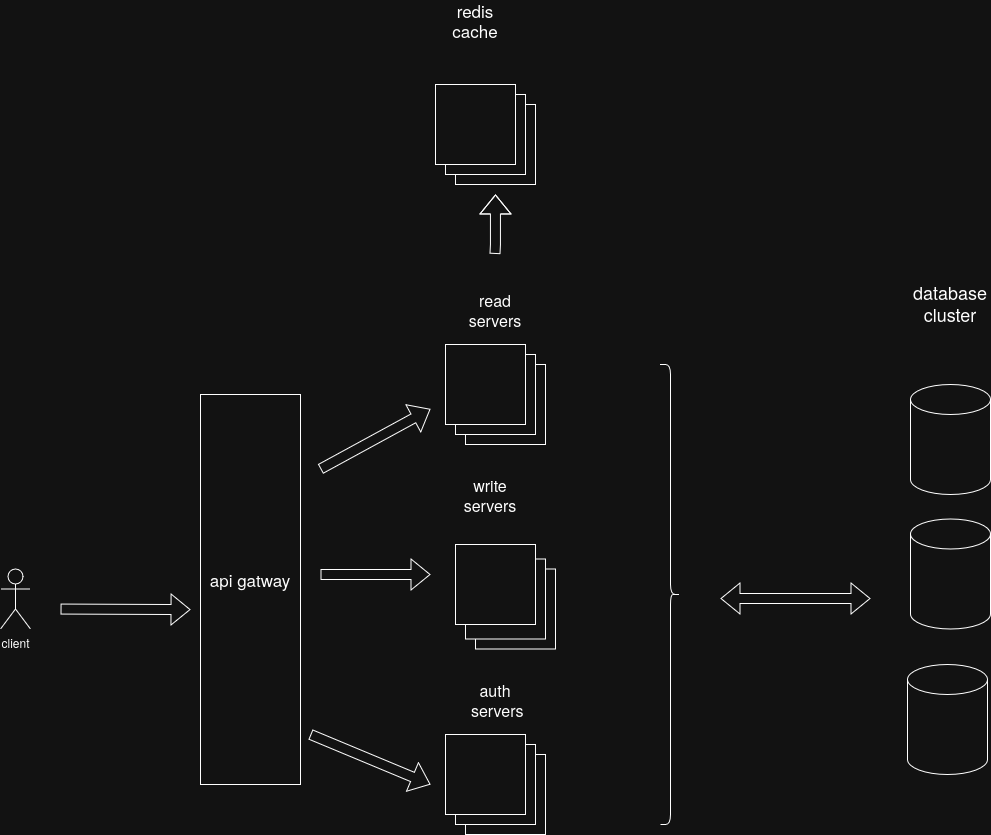
Ghozzi-Malek/chat-application keeps this draw.io diagram as chat_app.drawio.png. Above is the earlier version. Source tidied: cells renumbered, new cells last; positions are measured from the earlier drawing's top-left corner, leaving out a move shared by most shapes.
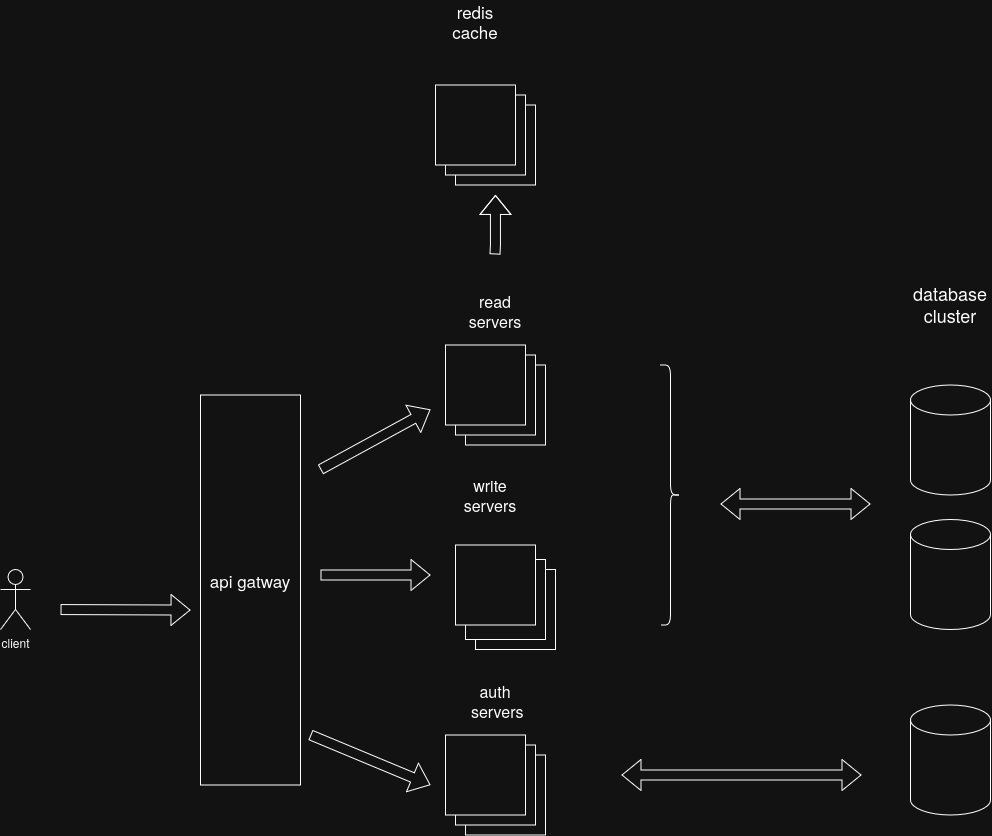
Later version of the same file.

Commit message:
adjustment on design

Change to the diagram source:
```diff
@@ -96,19 +96,25 @@
       <mxGeometry x="445" y="719" width="80" height="80" as="geometry" />
     </mxCell>
     <mxCell id="27" style="shape=curlyBracket;whiteSpace=wrap;html=1;rounded=1;flipH=1;labelPosition=right;verticalLabelPosition=middle;align=left;verticalAlign=middle;legacyAnchorPoints=0;" parent="1" vertex="1">
-      <mxGeometry x="660" y="349" width="20" height="460" as="geometry" />
+      <mxGeometry x="660" y="349" width="20" height="260" as="geometry" />
     </mxCell>
     <mxCell id="28" style="shape=flexArrow;endArrow=classic;startArrow=classic;html=1;rounded=0;" parent="1" edge="1">
       <mxGeometry relative="1" as="geometry">
-        <mxPoint x="720" y="583" as="sourcePoint" />
-        <mxPoint x="870" y="583" as="targetPoint" />
+        <mxPoint x="720" y="487.9" as="sourcePoint" />
+        <mxPoint x="870" y="487.9" as="targetPoint" />
       </mxGeometry>
     </mxCell>
     <mxCell id="29" style="shape=cylinder3;whiteSpace=wrap;html=1;boundedLbl=1;backgroundOutline=1;size=15;" parent="1" vertex="1">
-      <mxGeometry x="907" y="649" width="80" height="110" as="geometry" />
+      <mxGeometry x="910" y="689" width="80" height="110" as="geometry" />
     </mxCell>
     <mxCell id="30" style="shape=cylinder3;whiteSpace=wrap;html=1;boundedLbl=1;backgroundOutline=1;size=15;" parent="1" vertex="1">
       <mxGeometry x="910" y="369" width="80" height="110" as="geometry" />
     </mxCell>
+    <mxCell id="31" style="shape=flexArrow;endArrow=classic;startArrow=classic;html=1;rounded=0;" parent="1" edge="1">
+      <mxGeometry relative="1" as="geometry">
+        <mxPoint x="621" y="759" as="sourcePoint" />
+        <mxPoint x="861" y="759" as="targetPoint" />
+      </mxGeometry>
+    </mxCell>
   </root>
 </mxGraphModel>
```
